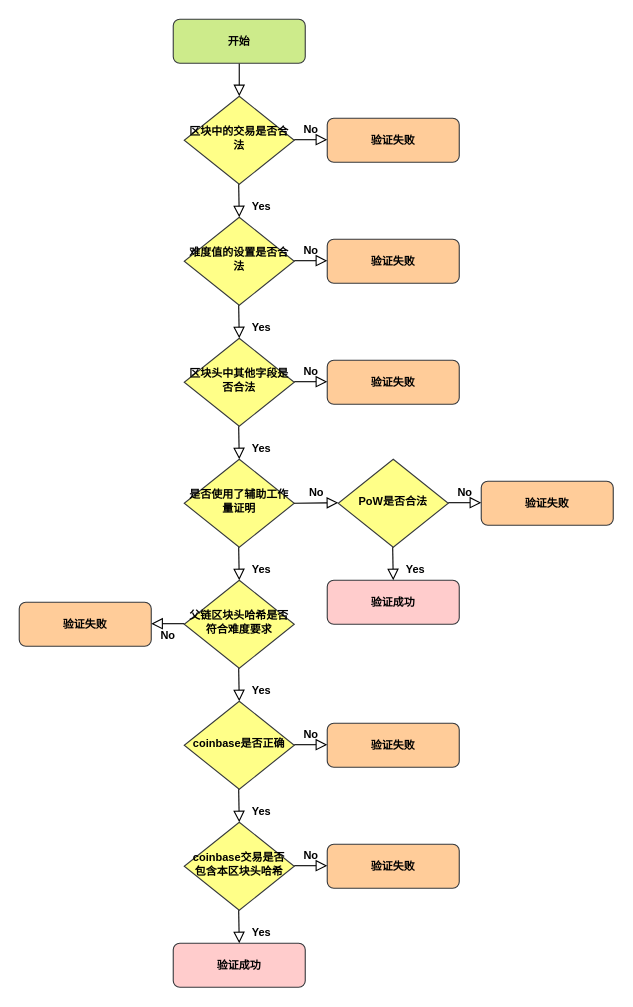
Earlier version of the draw.io diagram yanzheng.drawio (weihanby/Hello_Fudan). Source tidied: cells renumbered, new cells numbered last; positions are measured from the earlier drawing's top-left corner, leaving out a move shared by most shapes. Both pictures are drawn from the tidied source at 110%, with x=0, y=0 at pixel (19, 19).
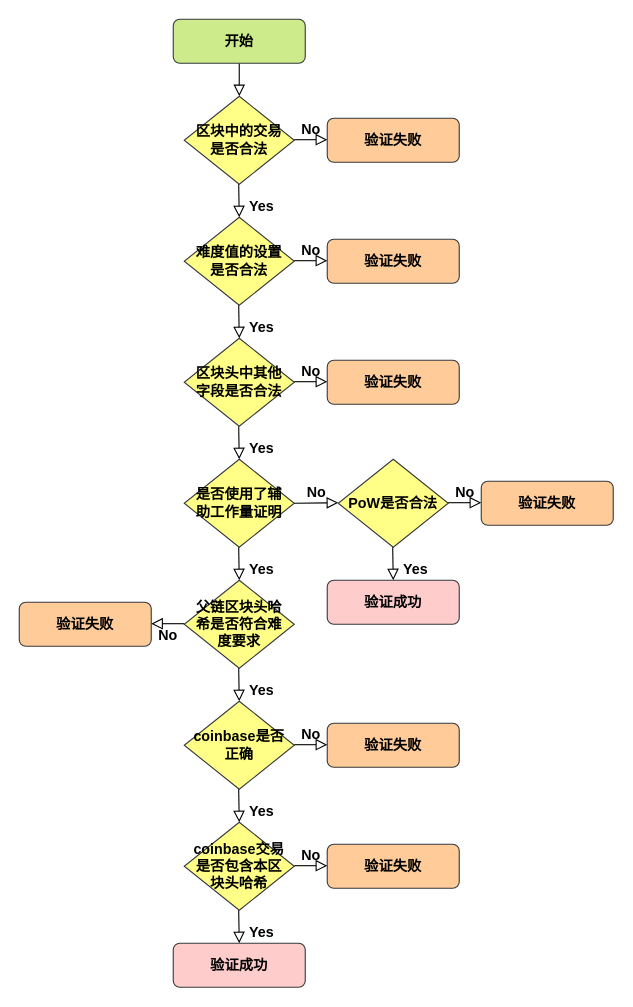
The same diagram, later.

What changed in the source:
```diff
@@
-    <mxCell id="2" style="rounded=0;html=1;jettySize=auto;fontSize=10;endArrow=block;endFill=0;endSize=8;strokeWidth=1;shadow=0;labelBackgroundColor=none;edgeStyle=orthogonalEdgeStyle;fontStyle=1;" parent="1" edge="1" source="3" target="4">
+    <mxCell id="2" style="rounded=0;html=1;jettySize=auto;fontSize=13;endArrow=block;endFill=0;endSize=8;strokeWidth=1;shadow=0;labelBackgroundColor=none;edgeStyle=orthogonalEdgeStyle;fontStyle=1;spacingTop=0;" parent="1" edge="1" source="3" target="4">
       <mxGeometry relative="1" as="geometry" />
     </mxCell>
-    <mxCell id="3" value="开始" style="rounded=1;whiteSpace=wrap;html=1;fontSize=10;glass=0;strokeWidth=1;shadow=0;fillColor=#cdeb8b;strokeColor=#36393d;fontStyle=1;" parent="1" vertex="1">
+    <mxCell id="3" value="开始" style="rounded=1;whiteSpace=wrap;html=1;fontSize=13;glass=0;strokeWidth=1;shadow=0;fillColor=#cdeb8b;strokeColor=#36393d;fontStyle=1;spacingTop=0;" parent="1" vertex="1">
       <mxGeometry x="140" width="120" height="40" as="geometry" />
     </mxCell>
-    <mxCell id="4" value="区块中的交易是否合法" style="rhombus;whiteSpace=wrap;html=1;shadow=0;fontFamily=Helvetica;fontSize=10;align=center;strokeWidth=1;spacing=6;spacingTop=-4;fillColor=#ffff88;strokeColor=#36393d;fontStyle=1;" parent="1" vertex="1">
+    <mxCell id="4" value="区块中的交易是否合法" style="rhombus;whiteSpace=wrap;html=1;shadow=0;fontFamily=Helvetica;fontSize=13;align=center;strokeWidth=1;spacing=6;spacingTop=0;fillColor=#ffff88;strokeColor=#36393d;fontStyle=1;" parent="1" vertex="1">
       <mxGeometry x="150" y="70" width="100" height="80" as="geometry" />
     </mxCell>
-    <mxCell id="5" value="验证失败" style="rounded=1;whiteSpace=wrap;html=1;fontSize=10;glass=0;strokeWidth=1;shadow=0;fillColor=#ffcc99;strokeColor=#36393d;fontStyle=1;" parent="1" vertex="1">
+    <mxCell id="5" value="验证失败" style="rounded=1;whiteSpace=wrap;html=1;fontSize=13;glass=0;strokeWidth=1;shadow=0;fillColor=#ffcc99;strokeColor=#36393d;fontStyle=1;spacingTop=0;" parent="1" vertex="1">
       <mxGeometry x="280" y="90" width="120" height="40" as="geometry" />
     </mxCell>
-    <mxCell id="6" value="难度值的设置是否合法" style="rhombus;whiteSpace=wrap;html=1;shadow=0;fontFamily=Helvetica;fontSize=10;align=center;strokeWidth=1;spacing=6;spacingTop=-4;fillColor=#ffff88;strokeColor=#36393d;fontStyle=1;" parent="1" vertex="1">
+    <mxCell id="6" value="难度值的设置是否合法" style="rhombus;whiteSpace=wrap;html=1;shadow=0;fontFamily=Helvetica;fontSize=13;align=center;strokeWidth=1;spacing=6;spacingTop=0;fillColor=#ffff88;strokeColor=#36393d;fontStyle=1;" parent="1" vertex="1">
       <mxGeometry x="150" y="180" width="100" height="80" as="geometry" />
     </mxCell>
-    <mxCell id="7" value="验证失败" style="rounded=1;whiteSpace=wrap;html=1;fontSize=10;glass=0;strokeWidth=1;shadow=0;fillColor=#ffcc99;strokeColor=#36393d;fontStyle=1;" parent="1" vertex="1">
+    <mxCell id="7" value="验证失败" style="rounded=1;whiteSpace=wrap;html=1;fontSize=13;glass=0;strokeWidth=1;shadow=0;fillColor=#ffcc99;strokeColor=#36393d;fontStyle=1;spacingTop=0;" parent="1" vertex="1">
       <mxGeometry x="280" y="200" width="120" height="40" as="geometry" />
     </mxCell>
-    <mxCell id="8" value="验证失败" style="rounded=1;whiteSpace=wrap;html=1;fontSize=10;glass=0;strokeWidth=1;shadow=0;fillColor=#ffcc99;strokeColor=#36393d;fontStyle=1;" parent="1" vertex="1">
+    <mxCell id="8" value="验证失败" style="rounded=1;whiteSpace=wrap;html=1;fontSize=13;glass=0;strokeWidth=1;shadow=0;fillColor=#ffcc99;strokeColor=#36393d;fontStyle=1;spacingTop=0;" parent="1" vertex="1">
       <mxGeometry x="280" y="310" width="120" height="40" as="geometry" />
     </mxCell>
-    <mxCell id="9" value="Yes" style="rounded=0;html=1;jettySize=auto;orthogonalLoop=1;fontSize=10;endArrow=block;endFill=0;endSize=8;strokeWidth=1;shadow=0;labelBackgroundColor=none;edgeStyle=orthogonalEdgeStyle;fontStyle=1;" parent="1" edge="1">
+    <mxCell id="9" value="Yes" style="rounded=0;html=1;jettySize=auto;orthogonalLoop=1;fontSize=13;endArrow=block;endFill=0;endSize=8;strokeWidth=1;shadow=0;labelBackgroundColor=none;edgeStyle=orthogonalEdgeStyle;fontStyle=1;spacingTop=0;" parent="1" edge="1">
       <mxGeometry x="0.33" y="20" relative="1" as="geometry">
         <mxPoint x="199.5" y="370" as="sourcePoint" />
         <mxPoint x="200" y="400" as="targetPoint" />
       </mxGeometry>
     </mxCell>
-    <mxCell id="10" value="是否使用了辅助工作量证明" style="rhombus;whiteSpace=wrap;html=1;shadow=0;fontFamily=Helvetica;fontSize=10;align=center;strokeWidth=1;spacing=6;spacingTop=-4;fillColor=#ffff88;strokeColor=#36393d;fontStyle=1;" parent="1" vertex="1">
+    <mxCell id="10" value="是否使用了辅助工作量证明" style="rhombus;whiteSpace=wrap;html=1;shadow=0;fontFamily=Helvetica;fontSize=13;align=center;strokeWidth=1;spacing=6;spacingTop=0;fillColor=#ffff88;strokeColor=#36393d;fontStyle=1;" parent="1" vertex="1">
       <mxGeometry x="150" y="400" width="100" height="80" as="geometry" />
     </mxCell>
-    <mxCell id="11" value="PoW是否合法" style="rhombus;whiteSpace=wrap;html=1;shadow=0;fontFamily=Helvetica;fontSize=10;align=center;strokeWidth=1;spacing=6;spacingTop=-4;fillColor=#ffff88;strokeColor=#36393d;fontStyle=1;" parent="1" vertex="1">
+    <mxCell id="11" value="PoW是否合法" style="rhombus;whiteSpace=wrap;html=1;shadow=0;fontFamily=Helvetica;fontSize=13;align=center;strokeWidth=1;spacing=6;spacingTop=0;fillColor=#ffff88;strokeColor=#36393d;fontStyle=1;" parent="1" vertex="1">
       <mxGeometry x="290" y="400" width="100" height="80" as="geometry" />
     </mxCell>
-    <mxCell id="12" value="验证失败" style="rounded=1;whiteSpace=wrap;html=1;fontSize=10;glass=0;strokeWidth=1;shadow=0;fillColor=#ffcc99;strokeColor=#36393d;fontStyle=1;" parent="1" vertex="1">
+    <mxCell id="12" value="验证失败" style="rounded=1;whiteSpace=wrap;html=1;fontSize=13;glass=0;strokeWidth=1;shadow=0;fillColor=#ffcc99;strokeColor=#36393d;fontStyle=1;spacingTop=0;" parent="1" vertex="1">
       <mxGeometry x="420" y="420" width="120" height="40" as="geometry" />
     </mxCell>
-    <mxCell id="13" value="Yes" style="rounded=0;html=1;jettySize=auto;fontSize=10;endArrow=block;endFill=0;endSize=8;strokeWidth=1;shadow=0;labelBackgroundColor=none;edgeStyle=orthogonalEdgeStyle;entryX=0.5;entryY=0;entryDx=0;entryDy=0;fontStyle=1;" parent="1" edge="1" target="14">
+    <mxCell id="13" value="Yes" style="rounded=0;html=1;jettySize=auto;fontSize=13;endArrow=block;endFill=0;endSize=8;strokeWidth=1;shadow=0;labelBackgroundColor=none;edgeStyle=orthogonalEdgeStyle;entryX=0.5;entryY=0;entryDx=0;entryDy=0;fontStyle=1;spacingTop=0;" parent="1" edge="1" target="14">
       <mxGeometry x="0.33" y="20" relative="1" as="geometry">
         <mxPoint x="199.5" y="480" as="sourcePoint" />
       </mxGeometry>
     </mxCell>
-    <mxCell id="14" value="父链区块头哈希是否符合难度要求" style="rhombus;whiteSpace=wrap;html=1;shadow=0;fontFamily=Helvetica;fontSize=10;align=center;strokeWidth=1;spacing=6;spacingTop=-4;fillColor=#ffff88;strokeColor=#36393d;fontStyle=1;" parent="1" vertex="1">
+    <mxCell id="14" value="父链区块头哈希是否符合难度要求" style="rhombus;whiteSpace=wrap;html=1;shadow=0;fontFamily=Helvetica;fontSize=13;align=center;strokeWidth=1;spacing=6;spacingTop=0;fillColor=#ffff88;strokeColor=#36393d;fontStyle=1;" parent="1" vertex="1">
       <mxGeometry x="150" y="510" width="100" height="80" as="geometry" />
     </mxCell>
-    <mxCell id="15" value="验证失败" style="rounded=1;whiteSpace=wrap;html=1;fontSize=10;glass=0;strokeWidth=1;shadow=0;fillColor=#ffcc99;strokeColor=#36393d;fontStyle=1;" parent="1" vertex="1">
+    <mxCell id="15" value="验证失败" style="rounded=1;whiteSpace=wrap;html=1;fontSize=13;glass=0;strokeWidth=1;shadow=0;fillColor=#ffcc99;strokeColor=#36393d;fontStyle=1;spacingTop=0;" parent="1" vertex="1">
       <mxGeometry y="530" width="120" height="40" as="geometry" />
     </mxCell>
-    <mxCell id="16" value="No" style="edgeStyle=orthogonalEdgeStyle;rounded=0;html=1;jettySize=auto;orthogonalLoop=1;fontSize=10;endArrow=block;endFill=0;endSize=8;strokeWidth=1;shadow=0;labelBackgroundColor=none;fontStyle=1;" parent="1" edge="1">
+    <mxCell id="16" value="No" style="edgeStyle=orthogonalEdgeStyle;rounded=0;html=1;jettySize=auto;orthogonalLoop=1;fontSize=13;endArrow=block;endFill=0;endSize=8;strokeWidth=1;shadow=0;labelBackgroundColor=none;fontStyle=1;spacingTop=0;" parent="1" edge="1">
       <mxGeometry y="10" relative="1" as="geometry">
         <mxPoint x="150" y="549.5" as="sourcePoint" />
         <mxPoint x="120" y="550" as="targetPoint" />
       </mxGeometry>
     </mxCell>
-    <mxCell id="17" value="Yes" style="rounded=0;html=1;jettySize=auto;fontSize=10;endArrow=block;endFill=0;endSize=8;strokeWidth=1;shadow=0;labelBackgroundColor=none;edgeStyle=orthogonalEdgeStyle;entryX=0.5;entryY=0;entryDx=0;entryDy=0;fontStyle=1;" parent="1" edge="1" target="18">
+    <mxCell id="17" value="Yes" style="rounded=0;html=1;jettySize=auto;fontSize=13;endArrow=block;endFill=0;endSize=8;strokeWidth=1;shadow=0;labelBackgroundColor=none;edgeStyle=orthogonalEdgeStyle;entryX=0.5;entryY=0;entryDx=0;entryDy=0;fontStyle=1;spacingTop=0;" parent="1" edge="1" target="18">
       <mxGeometry x="0.33" y="20" relative="1" as="geometry">
         <mxPoint x="199.5" y="590" as="sourcePoint" />
       </mxGeometry>
     </mxCell>
-    <mxCell id="18" value="coinbase是否正确" style="rhombus;whiteSpace=wrap;html=1;shadow=0;fontFamily=Helvetica;fontSize=10;align=center;strokeWidth=1;spacing=6;spacingTop=-4;fillColor=#ffff88;strokeColor=#36393d;fontStyle=1;" parent="1" vertex="1">
+    <mxCell id="18" value="coinbase是否正确" style="rhombus;whiteSpace=wrap;html=1;shadow=0;fontFamily=Helvetica;fontSize=13;align=center;strokeWidth=1;spacing=6;spacingTop=0;fillColor=#ffff88;strokeColor=#36393d;fontStyle=1;" parent="1" vertex="1">
       <mxGeometry x="150" y="620" width="100" height="80" as="geometry" />
     </mxCell>
-    <mxCell id="19" value="验证失败" style="rounded=1;whiteSpace=wrap;html=1;fontSize=10;glass=0;strokeWidth=1;shadow=0;fillColor=#ffcc99;strokeColor=#36393d;fontStyle=1;" parent="1" vertex="1">
+    <mxCell id="19" value="验证失败" style="rounded=1;whiteSpace=wrap;html=1;fontSize=13;glass=0;strokeWidth=1;shadow=0;fillColor=#ffcc99;strokeColor=#36393d;fontStyle=1;spacingTop=0;" parent="1" vertex="1">
       <mxGeometry x="280" y="640" width="120" height="40" as="geometry" />
     </mxCell>
-    <mxCell id="20" value="No" style="edgeStyle=orthogonalEdgeStyle;rounded=0;html=1;jettySize=auto;orthogonalLoop=1;fontSize=10;endArrow=block;endFill=0;endSize=8;strokeWidth=1;shadow=0;labelBackgroundColor=none;fontStyle=1;" parent="1" edge="1">
+    <mxCell id="20" value="No" style="edgeStyle=orthogonalEdgeStyle;rounded=0;html=1;jettySize=auto;orthogonalLoop=1;fontSize=13;endArrow=block;endFill=0;endSize=8;strokeWidth=1;shadow=0;labelBackgroundColor=none;fontStyle=1;spacingTop=0;" parent="1" edge="1">
       <mxGeometry y="10" relative="1" as="geometry">
         <mxPoint x="250" y="659.5" as="sourcePoint" />
         <mxPoint x="280" y="660" as="targetPoint" />
       </mxGeometry>
     </mxCell>
-    <mxCell id="21" value="Yes" style="rounded=0;html=1;jettySize=auto;fontSize=10;endArrow=block;endFill=0;endSize=8;strokeWidth=1;shadow=0;labelBackgroundColor=none;edgeStyle=orthogonalEdgeStyle;entryX=0.5;entryY=0;entryDx=0;entryDy=0;fontStyle=1;" parent="1" edge="1" target="22">
+    <mxCell id="21" value="Yes" style="rounded=0;html=1;jettySize=auto;fontSize=13;endArrow=block;endFill=0;endSize=8;strokeWidth=1;shadow=0;labelBackgroundColor=none;edgeStyle=orthogonalEdgeStyle;entryX=0.5;entryY=0;entryDx=0;entryDy=0;fontStyle=1;spacingTop=0;" parent="1" edge="1" target="22">
       <mxGeometry x="0.33" y="20" relative="1" as="geometry">
         <mxPoint x="199.5" y="700" as="sourcePoint" />
       </mxGeometry>
     </mxCell>
-    <mxCell id="22" value="coinbase交易是否包含本区块头哈希" style="rhombus;whiteSpace=wrap;html=1;shadow=0;fontFamily=Helvetica;fontSize=10;align=center;strokeWidth=1;spacing=6;spacingTop=-4;fillColor=#ffff88;strokeColor=#36393d;fontStyle=1;" parent="1" vertex="1">
+    <mxCell id="22" value="coinbase交易是否包含本区块头哈希" style="rhombus;whiteSpace=wrap;html=1;shadow=0;fontFamily=Helvetica;fontSize=13;align=center;strokeWidth=1;spacing=6;spacingTop=0;fillColor=#ffff88;strokeColor=#36393d;fontStyle=1;" parent="1" vertex="1">
       <mxGeometry x="150" y="730" width="100" height="80" as="geometry" />
     </mxCell>
-    <mxCell id="23" value="验证成功" style="rounded=1;whiteSpace=wrap;html=1;fontSize=10;glass=0;strokeWidth=1;shadow=0;fillColor=#ffcccc;strokeColor=#36393d;fontStyle=1;" parent="1" vertex="1">
+    <mxCell id="23" value="验证成功" style="rounded=1;whiteSpace=wrap;html=1;fontSize=13;glass=0;strokeWidth=1;shadow=0;fillColor=#ffcccc;strokeColor=#36393d;fontStyle=1;spacingTop=0;" parent="1" vertex="1">
       <mxGeometry x="140" y="840" width="120" height="40" as="geometry" />
     </mxCell>
-    <mxCell id="24" value="验证失败" style="rounded=1;whiteSpace=wrap;html=1;fontSize=10;glass=0;strokeWidth=1;shadow=0;fillColor=#ffcc99;strokeColor=#36393d;fontStyle=1;" parent="1" vertex="1">
+    <mxCell id="24" value="验证失败" style="rounded=1;whiteSpace=wrap;html=1;fontSize=13;glass=0;strokeWidth=1;shadow=0;fillColor=#ffcc99;strokeColor=#36393d;fontStyle=1;spacingTop=0;" parent="1" vertex="1">
       <mxGeometry x="280" y="750" width="120" height="40" as="geometry" />
     </mxCell>
-    <mxCell id="25" value="区块头中其他字段是否合法" style="rhombus;whiteSpace=wrap;html=1;shadow=0;fontFamily=Helvetica;fontSize=10;align=center;strokeWidth=1;spacing=6;spacingTop=-4;fillColor=#ffff88;strokeColor=#36393d;fontStyle=1;" parent="1" vertex="1">
+    <mxCell id="25" value="区块头中其他字段是否合法" style="rhombus;whiteSpace=wrap;html=1;shadow=0;fontFamily=Helvetica;fontSize=13;align=center;strokeWidth=1;spacing=6;spacingTop=0;fillColor=#ffff88;strokeColor=#36393d;fontStyle=1;" parent="1" vertex="1">
       <mxGeometry x="150" y="290" width="100" height="80" as="geometry" />
     </mxCell>
-    <mxCell id="26" value="验证成功" style="rounded=1;whiteSpace=wrap;html=1;fontSize=10;glass=0;strokeWidth=1;shadow=0;fillColor=#ffcccc;strokeColor=#36393d;fontStyle=1;" parent="1" vertex="1">
+    <mxCell id="26" value="验证成功" style="rounded=1;whiteSpace=wrap;html=1;fontSize=13;glass=0;strokeWidth=1;shadow=0;fillColor=#ffcccc;strokeColor=#36393d;fontStyle=1;spacingTop=0;" parent="1" vertex="1">
       <mxGeometry x="280" y="510" width="120" height="40" as="geometry" />
     </mxCell>
-    <mxCell id="27" value="Yes" style="rounded=0;html=1;jettySize=auto;orthogonalLoop=1;fontSize=10;endArrow=block;endFill=0;endSize=8;strokeWidth=1;shadow=0;labelBackgroundColor=none;edgeStyle=orthogonalEdgeStyle;fontStyle=1;" parent="1" edge="1">
+    <mxCell id="27" value="Yes" style="rounded=0;html=1;jettySize=auto;orthogonalLoop=1;fontSize=13;endArrow=block;endFill=0;endSize=8;strokeWidth=1;shadow=0;labelBackgroundColor=none;edgeStyle=orthogonalEdgeStyle;fontStyle=1;spacingTop=0;" parent="1" edge="1">
       <mxGeometry x="0.33" y="20" relative="1" as="geometry">
         <mxPoint x="339.5" y="480" as="sourcePoint" />
         <mxPoint x="340" y="510" as="targetPoint" />
       </mxGeometry>
     </mxCell>
-    <mxCell id="28" value="Yes" style="rounded=0;html=1;jettySize=auto;orthogonalLoop=1;fontSize=10;endArrow=block;endFill=0;endSize=8;strokeWidth=1;shadow=0;labelBackgroundColor=none;edgeStyle=orthogonalEdgeStyle;fontStyle=1;" parent="1" edge="1">
+    <mxCell id="28" value="Yes" style="rounded=0;html=1;jettySize=auto;orthogonalLoop=1;fontSize=13;endArrow=block;endFill=0;endSize=8;strokeWidth=1;shadow=0;labelBackgroundColor=none;edgeStyle=orthogonalEdgeStyle;fontStyle=1;spacingTop=0;" parent="1" edge="1">
       <mxGeometry x="0.33" y="20" relative="1" as="geometry">
         <mxPoint x="199.5" y="260" as="sourcePoint" />
         <mxPoint x="200" y="290" as="targetPoint" />
       </mxGeometry>
     </mxCell>
-    <mxCell id="29" value="Yes" style="rounded=0;html=1;jettySize=auto;orthogonalLoop=1;fontSize=10;endArrow=block;endFill=0;endSize=8;strokeWidth=1;shadow=0;labelBackgroundColor=none;edgeStyle=orthogonalEdgeStyle;fontStyle=1;" parent="1" edge="1">
+    <mxCell id="29" value="Yes" style="rounded=0;html=1;jettySize=auto;orthogonalLoop=1;fontSize=13;endArrow=block;endFill=0;endSize=8;strokeWidth=1;shadow=0;labelBackgroundColor=none;edgeStyle=orthogonalEdgeStyle;fontStyle=1;spacingTop=0;" parent="1" edge="1">
       <mxGeometry x="0.33" y="20" relative="1" as="geometry">
         <mxPoint x="199.5" y="150" as="sourcePoint" />
         <mxPoint x="200" y="180" as="targetPoint" />
       </mxGeometry>
     </mxCell>
-    <mxCell id="30" value="Yes" style="rounded=0;html=1;jettySize=auto;orthogonalLoop=1;fontSize=10;endArrow=block;endFill=0;endSize=8;strokeWidth=1;shadow=0;labelBackgroundColor=none;edgeStyle=orthogonalEdgeStyle;fontStyle=1;" parent="1" edge="1">
+    <mxCell id="30" value="Yes" style="rounded=0;html=1;jettySize=auto;orthogonalLoop=1;fontSize=13;endArrow=block;endFill=0;endSize=8;strokeWidth=1;shadow=0;labelBackgroundColor=none;edgeStyle=orthogonalEdgeStyle;fontStyle=1;spacingTop=0;" parent="1" edge="1">
       <mxGeometry x="0.33" y="20" relative="1" as="geometry">
         <mxPoint x="199.5" y="810" as="sourcePoint" />
         <mxPoint x="200" y="840" as="targetPoint" />
       </mxGeometry>
     </mxCell>
-    <mxCell id="31" value="No" style="edgeStyle=orthogonalEdgeStyle;rounded=0;html=1;jettySize=auto;orthogonalLoop=1;fontSize=10;endArrow=block;endFill=0;endSize=8;strokeWidth=1;shadow=0;labelBackgroundColor=none;fontStyle=1;" parent="1" edge="1">
+    <mxCell id="31" value="No" style="edgeStyle=orthogonalEdgeStyle;rounded=0;html=1;jettySize=auto;orthogonalLoop=1;fontSize=13;endArrow=block;endFill=0;endSize=8;strokeWidth=1;shadow=0;labelBackgroundColor=none;fontStyle=1;spacingTop=0;" parent="1" edge="1">
       <mxGeometry y="10" relative="1" as="geometry">
         <mxPoint x="250" y="219.5" as="sourcePoint" />
         <mxPoint x="280" y="219.5" as="targetPoint" />
       </mxGeometry>
     </mxCell>
-    <mxCell id="32" value="No" style="edgeStyle=orthogonalEdgeStyle;rounded=0;html=1;jettySize=auto;orthogonalLoop=1;fontSize=10;endArrow=block;endFill=0;endSize=8;strokeWidth=1;shadow=0;labelBackgroundColor=none;fontStyle=1;" parent="1" edge="1">
+    <mxCell id="32" value="No" style="edgeStyle=orthogonalEdgeStyle;rounded=0;html=1;jettySize=auto;orthogonalLoop=1;fontSize=13;endArrow=block;endFill=0;endSize=8;strokeWidth=1;shadow=0;labelBackgroundColor=none;fontStyle=1;spacingTop=0;" parent="1" edge="1">
       <mxGeometry y="10" relative="1" as="geometry">
         <mxPoint x="250" y="109.5" as="sourcePoint" />
         <mxPoint x="280" y="109.5" as="targetPoint" />
       </mxGeometry>
     </mxCell>
-    <mxCell id="33" value="No" style="edgeStyle=orthogonalEdgeStyle;rounded=0;html=1;jettySize=auto;orthogonalLoop=1;fontSize=10;endArrow=block;endFill=0;endSize=8;strokeWidth=1;shadow=0;labelBackgroundColor=none;fontStyle=1;" parent="1" edge="1">
+    <mxCell id="33" value="No" style="edgeStyle=orthogonalEdgeStyle;rounded=0;html=1;jettySize=auto;orthogonalLoop=1;fontSize=13;endArrow=block;endFill=0;endSize=8;strokeWidth=1;shadow=0;labelBackgroundColor=none;fontStyle=1;spacingTop=0;" parent="1" edge="1">
       <mxGeometry y="10" relative="1" as="geometry">
         <mxPoint x="250" y="329.5" as="sourcePoint" />
         <mxPoint x="280" y="329.5" as="targetPoint" />
       </mxGeometry>
     </mxCell>
-    <mxCell id="34" value="No" style="edgeStyle=orthogonalEdgeStyle;rounded=0;html=1;jettySize=auto;fontSize=10;endArrow=block;endFill=0;endSize=8;strokeWidth=1;shadow=0;labelBackgroundColor=none;exitX=1;exitY=0.5;exitDx=0;exitDy=0;fontStyle=1;" parent="1" edge="1" source="10">
+    <mxCell id="34" value="No" style="edgeStyle=orthogonalEdgeStyle;rounded=0;html=1;jettySize=auto;fontSize=13;endArrow=block;endFill=0;endSize=8;strokeWidth=1;shadow=0;labelBackgroundColor=none;exitX=1;exitY=0.5;exitDx=0;exitDy=0;fontStyle=1;spacingTop=0;" parent="1" edge="1" source="10">
       <mxGeometry y="10" relative="1" as="geometry">
         <mxPoint x="290" y="439.5" as="targetPoint" />
       </mxGeometry>
     </mxCell>
-    <mxCell id="35" value="No" style="edgeStyle=orthogonalEdgeStyle;rounded=0;html=1;jettySize=auto;orthogonalLoop=1;fontSize=10;endArrow=block;endFill=0;endSize=8;strokeWidth=1;shadow=0;labelBackgroundColor=none;fontStyle=1;" parent="1" edge="1">
+    <mxCell id="35" value="No" style="edgeStyle=orthogonalEdgeStyle;rounded=0;html=1;jettySize=auto;orthogonalLoop=1;fontSize=13;endArrow=block;endFill=0;endSize=8;strokeWidth=1;shadow=0;labelBackgroundColor=none;fontStyle=1;spacingTop=0;" parent="1" edge="1">
       <mxGeometry y="10" relative="1" as="geometry">
         <mxPoint x="390" y="439.5" as="sourcePoint" />
         <mxPoint x="420" y="439.5" as="targetPoint" />
       </mxGeometry>
     </mxCell>
-    <mxCell id="36" value="No" style="edgeStyle=orthogonalEdgeStyle;rounded=0;html=1;jettySize=auto;orthogonalLoop=1;fontSize=10;endArrow=block;endFill=0;endSize=8;strokeWidth=1;shadow=0;labelBackgroundColor=none;fontStyle=1;" parent="1" edge="1">
+    <mxCell id="36" value="No" style="edgeStyle=orthogonalEdgeStyle;rounded=0;html=1;jettySize=auto;orthogonalLoop=1;fontSize=13;endArrow=block;endFill=0;endSize=8;strokeWidth=1;shadow=0;labelBackgroundColor=none;fontStyle=1;spacingTop=0;" parent="1" edge="1">
       <mxGeometry y="10" relative="1" as="geometry">
         <mxPoint x="250" y="769.5" as="sourcePoint" />
         <mxPoint x="280" y="769.5" as="targetPoint" />
       </mxGeometry>
     </mxCell>
```
